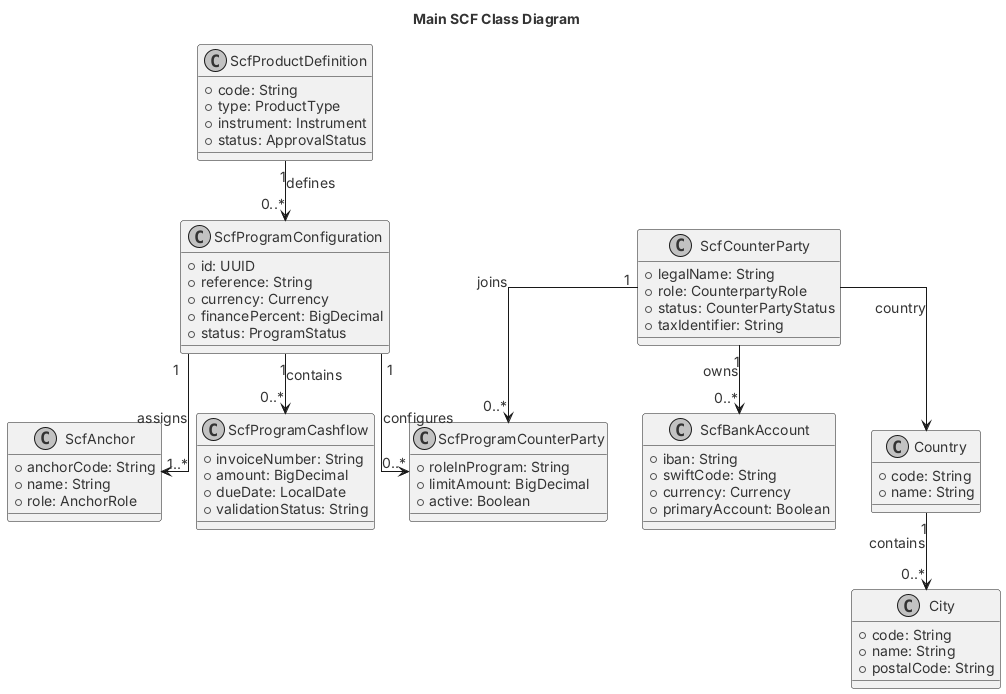
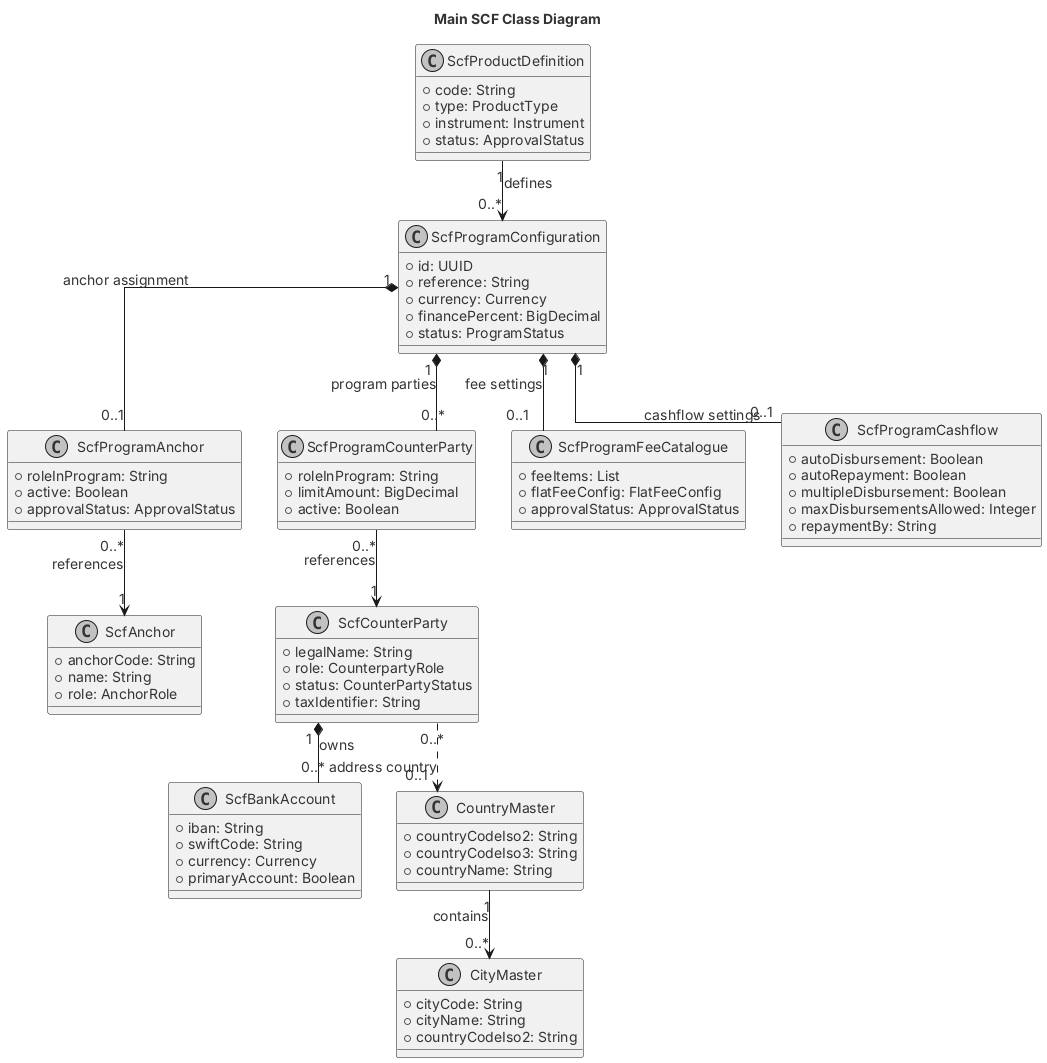
@startuml
<style>
root {
  FontName Inter, Roboto, Helvetica, sans-serif
  FontSize 14
  FontColor #333333
}
document {
  BackgroundColor white
}
</style>
skinparam shadowing false
skinparam linetype ortho
skinparam monochrome true
title Main SCF Class Diagram

class ScfProductDefinition {
  +code: String
  +type: ProductType
  +instrument: Instrument
  +status: ApprovalStatus
}
class ScfProgramConfiguration {
  +id: UUID
  +reference: String
  +currency: Currency
  +financePercent: BigDecimal
  +status: ProgramStatus
}
+ class ScfProgramAnchor {
+   +roleInProgram: String
+   +active: Boolean
+   +approvalStatus: ApprovalStatus
+ }
class ScfAnchor {
  +anchorCode: String
  +name: String
  +role: AnchorRole
}
class ScfCounterParty {
  +legalName: String
  +role: CounterpartyRole
  +status: CounterPartyStatus
  +taxIdentifier: String
}
class ScfProgramCounterParty {
  +roleInProgram: String
  +limitAmount: BigDecimal
  +active: Boolean
}
class ScfBankAccount {
  +iban: String
  +swiftCode: String
  +currency: Currency
  +primaryAccount: Boolean
}
+ class ScfProgramFeeCatalogue {
+   +feeItems: List
+   +flatFeeConfig: FlatFeeConfig
+   +approvalStatus: ApprovalStatus
+ }
class ScfProgramCashflow {
-   +invoiceNumber: String
-   +amount: BigDecimal
-   +dueDate: LocalDate
-   +validationStatus: String
+   +autoDisbursement: Boolean
+   +autoRepayment: Boolean
+   +multipleDisbursement: Boolean
+   +maxDisbursementsAllowed: Integer
+   +repaymentBy: String
}
- class Country {
-   +code: String
-   +name: String
+ class CountryMaster {
+   +countryCodeIso2: String
+   +countryCodeIso3: String
+   +countryName: String
}
- class City {
-   +code: String
-   +name: String
-   +postalCode: String
+ class CityMaster {
+   +cityCode: String
+   +cityName: String
+   +countryCodeIso2: String
}
ScfProductDefinition "1" --> "0..*" ScfProgramConfiguration : defines
- ScfProgramConfiguration "1" --> "1..*" ScfAnchor : assigns
- ScfProgramConfiguration "1" --> "0..*" ScfProgramCounterParty : configures
- ScfCounterParty "1" --> "0..*" ScfProgramCounterParty : joins
- ScfCounterParty "1" --> "0..*" ScfBankAccount : owns
- ScfProgramConfiguration "1" --> "0..*" ScfProgramCashflow : contains
- Country "1" --> "0..*" City : contains
- ScfCounterParty --> Country : country
+ ScfProgramConfiguration "1" *-- "0..1" ScfProgramAnchor : anchor assignment
+ ScfProgramAnchor "0..*" --> "1" ScfAnchor : references
+ ScfProgramConfiguration "1" *-- "0..*" ScfProgramCounterParty : program parties
+ ScfProgramCounterParty "0..*" --> "1" ScfCounterParty : references
+ ScfCounterParty "1" *-- "0..*" ScfBankAccount : owns
+ ScfProgramConfiguration "1" *-- "0..1" ScfProgramCashflow : cashflow settings
+ ScfProgramConfiguration "1" *-- "0..1" ScfProgramFeeCatalogue : fee settings
+ CountryMaster "1" --> "0..*" CityMaster : contains
+ ScfCounterParty "0..*" ..> "0..1" CountryMaster : address country

@enduml
